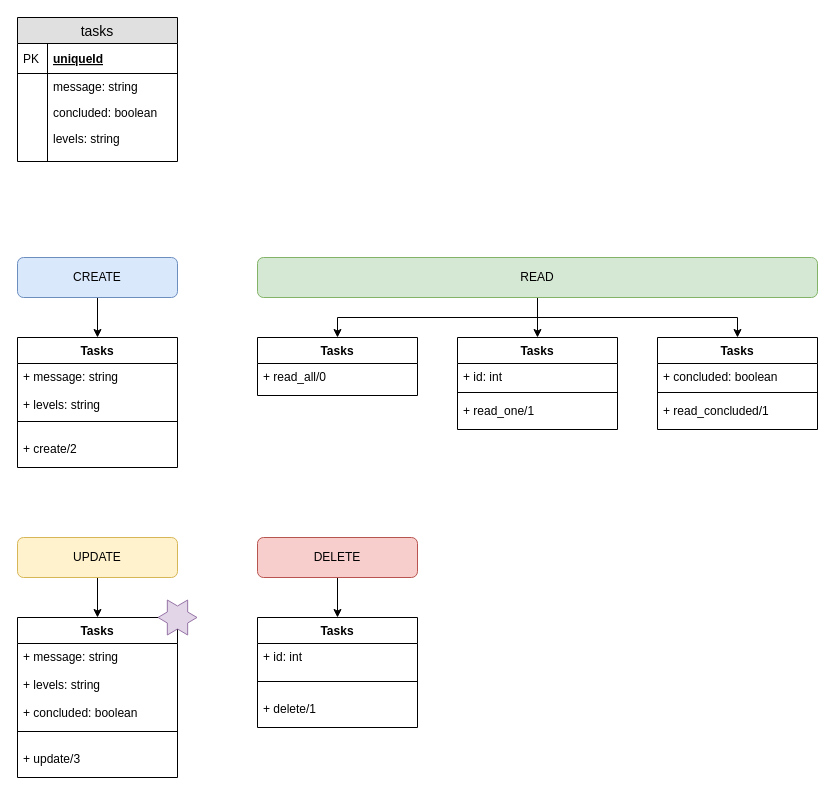
Above: UML/uml.drawio in marlon-Symczecym/gerentask_file (draw.io), before the change. Source tidied: cells renumbered, new cells numbered last; positions are measured from the earlier drawing's top-left corner, leaving out a move shared by most shapes. Both pictures are drawn from the tidied source at 100%, with x=0, y=0 at pixel (17, 17).
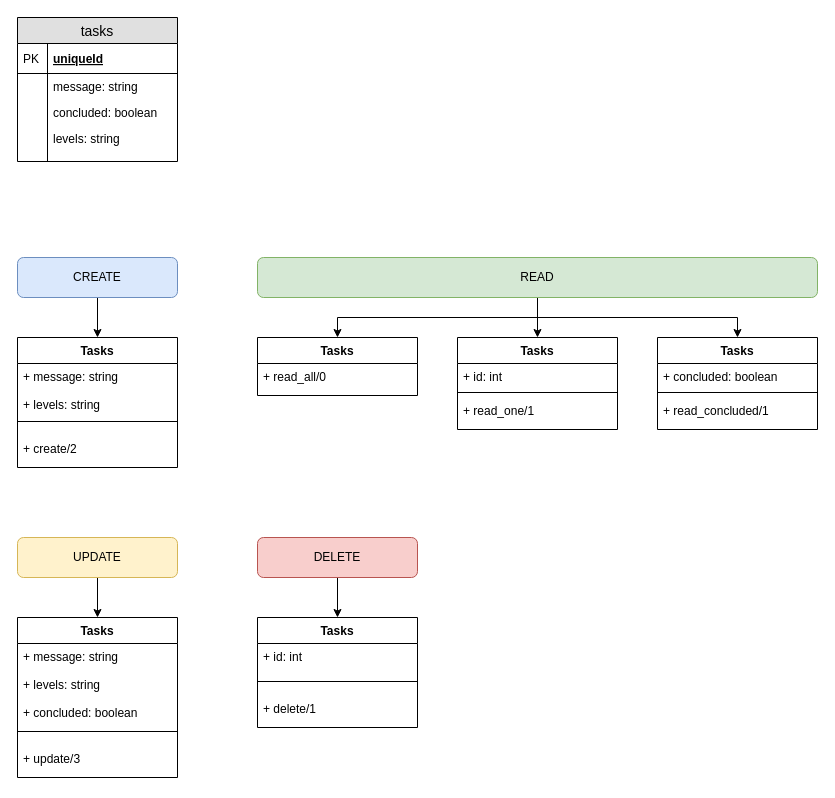
After the change.

Commit message:
refactor: remove start in update method in UML file

What changed in the source:
```diff
@@
-    <mxCell id="46" style="verticalLabelPosition=bottom;verticalAlign=top;html=1;shape=mxgraph.basic.6_point_star;fillColor=#e1d5e7;strokeColor=#9673a6;" parent="1" vertex="1">
-      <mxGeometry x="140.5" y="582.5" width="39" height="35" as="geometry" />
-    </mxCell>
```
